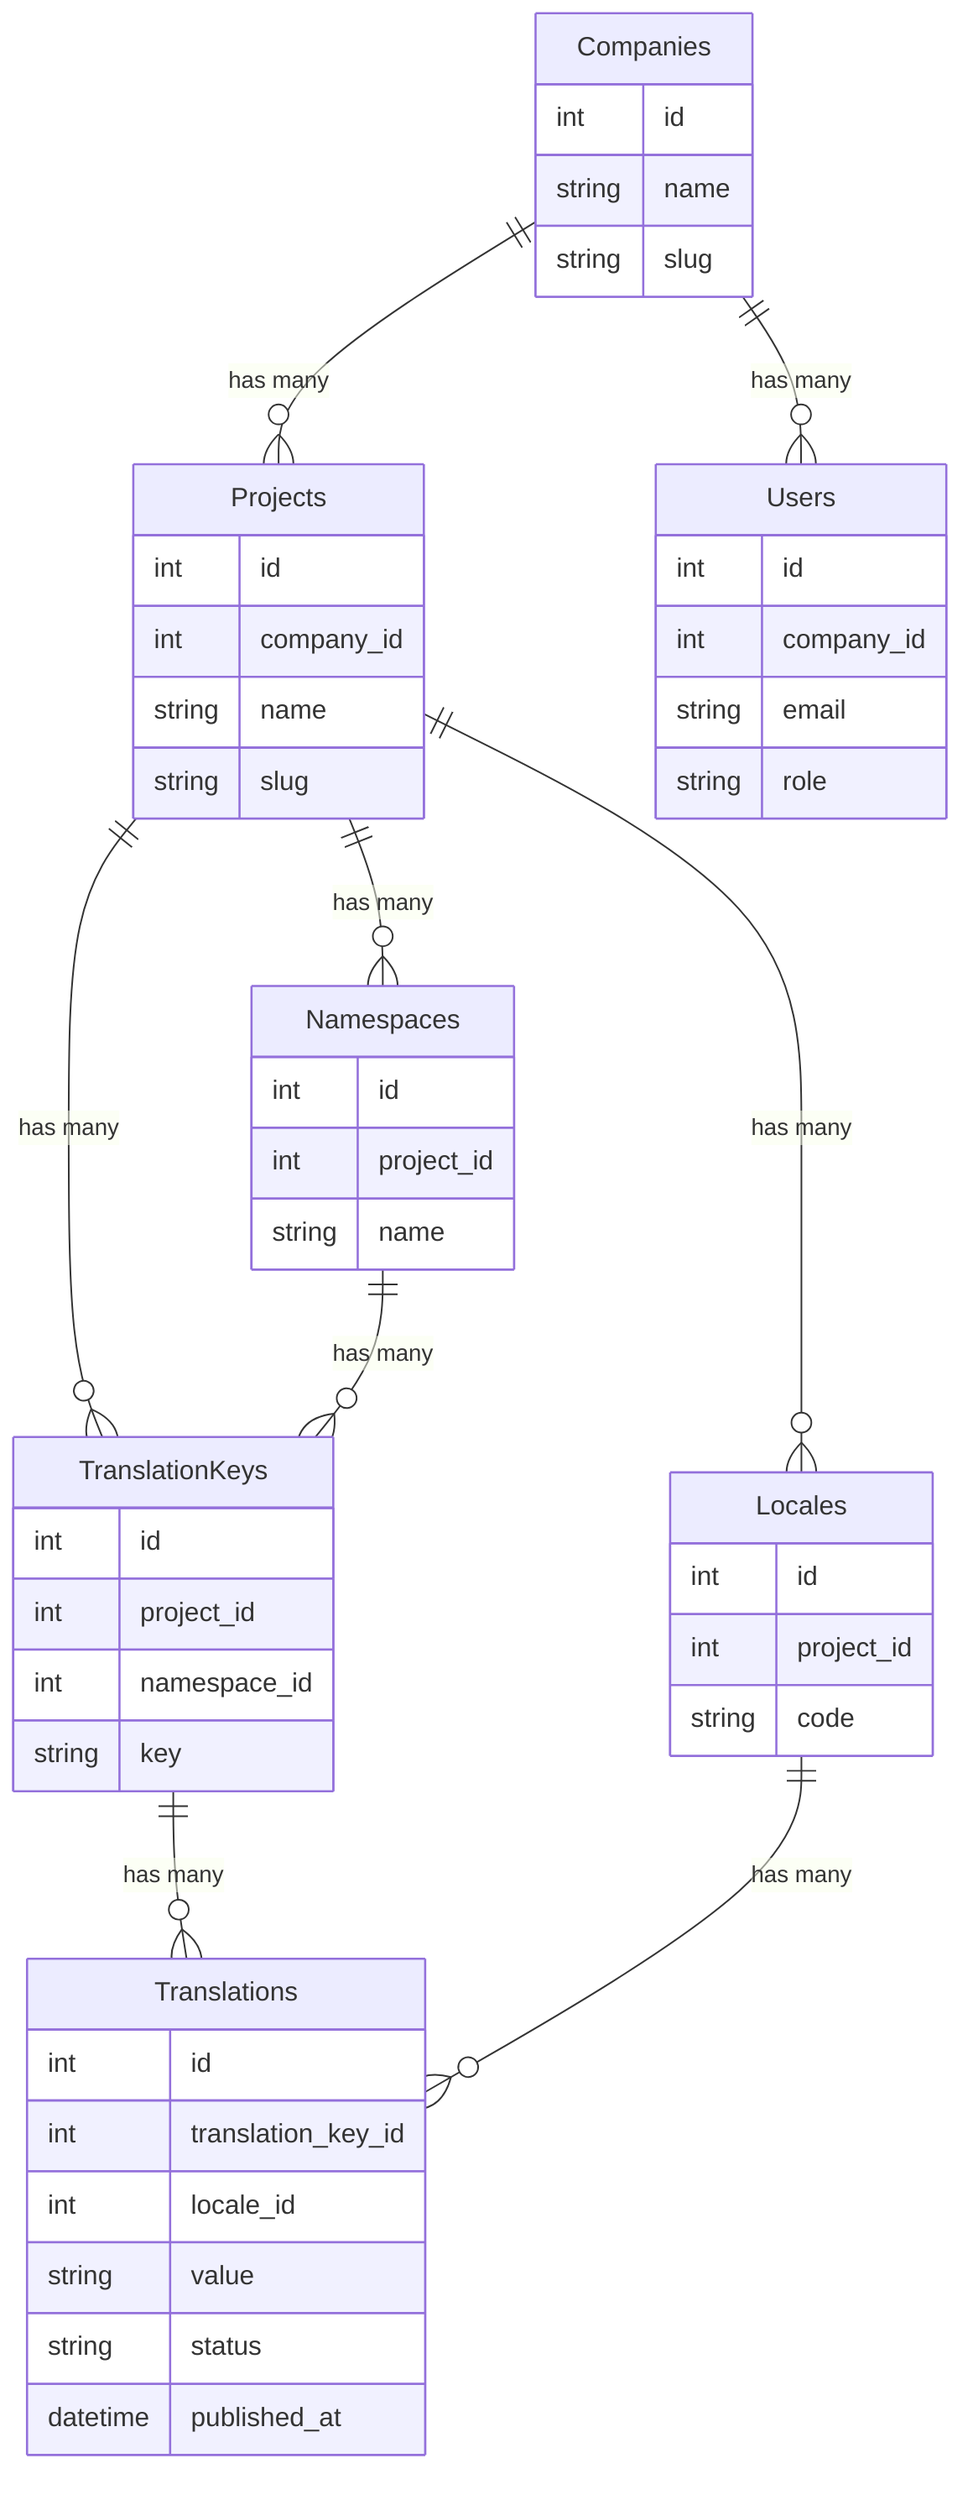
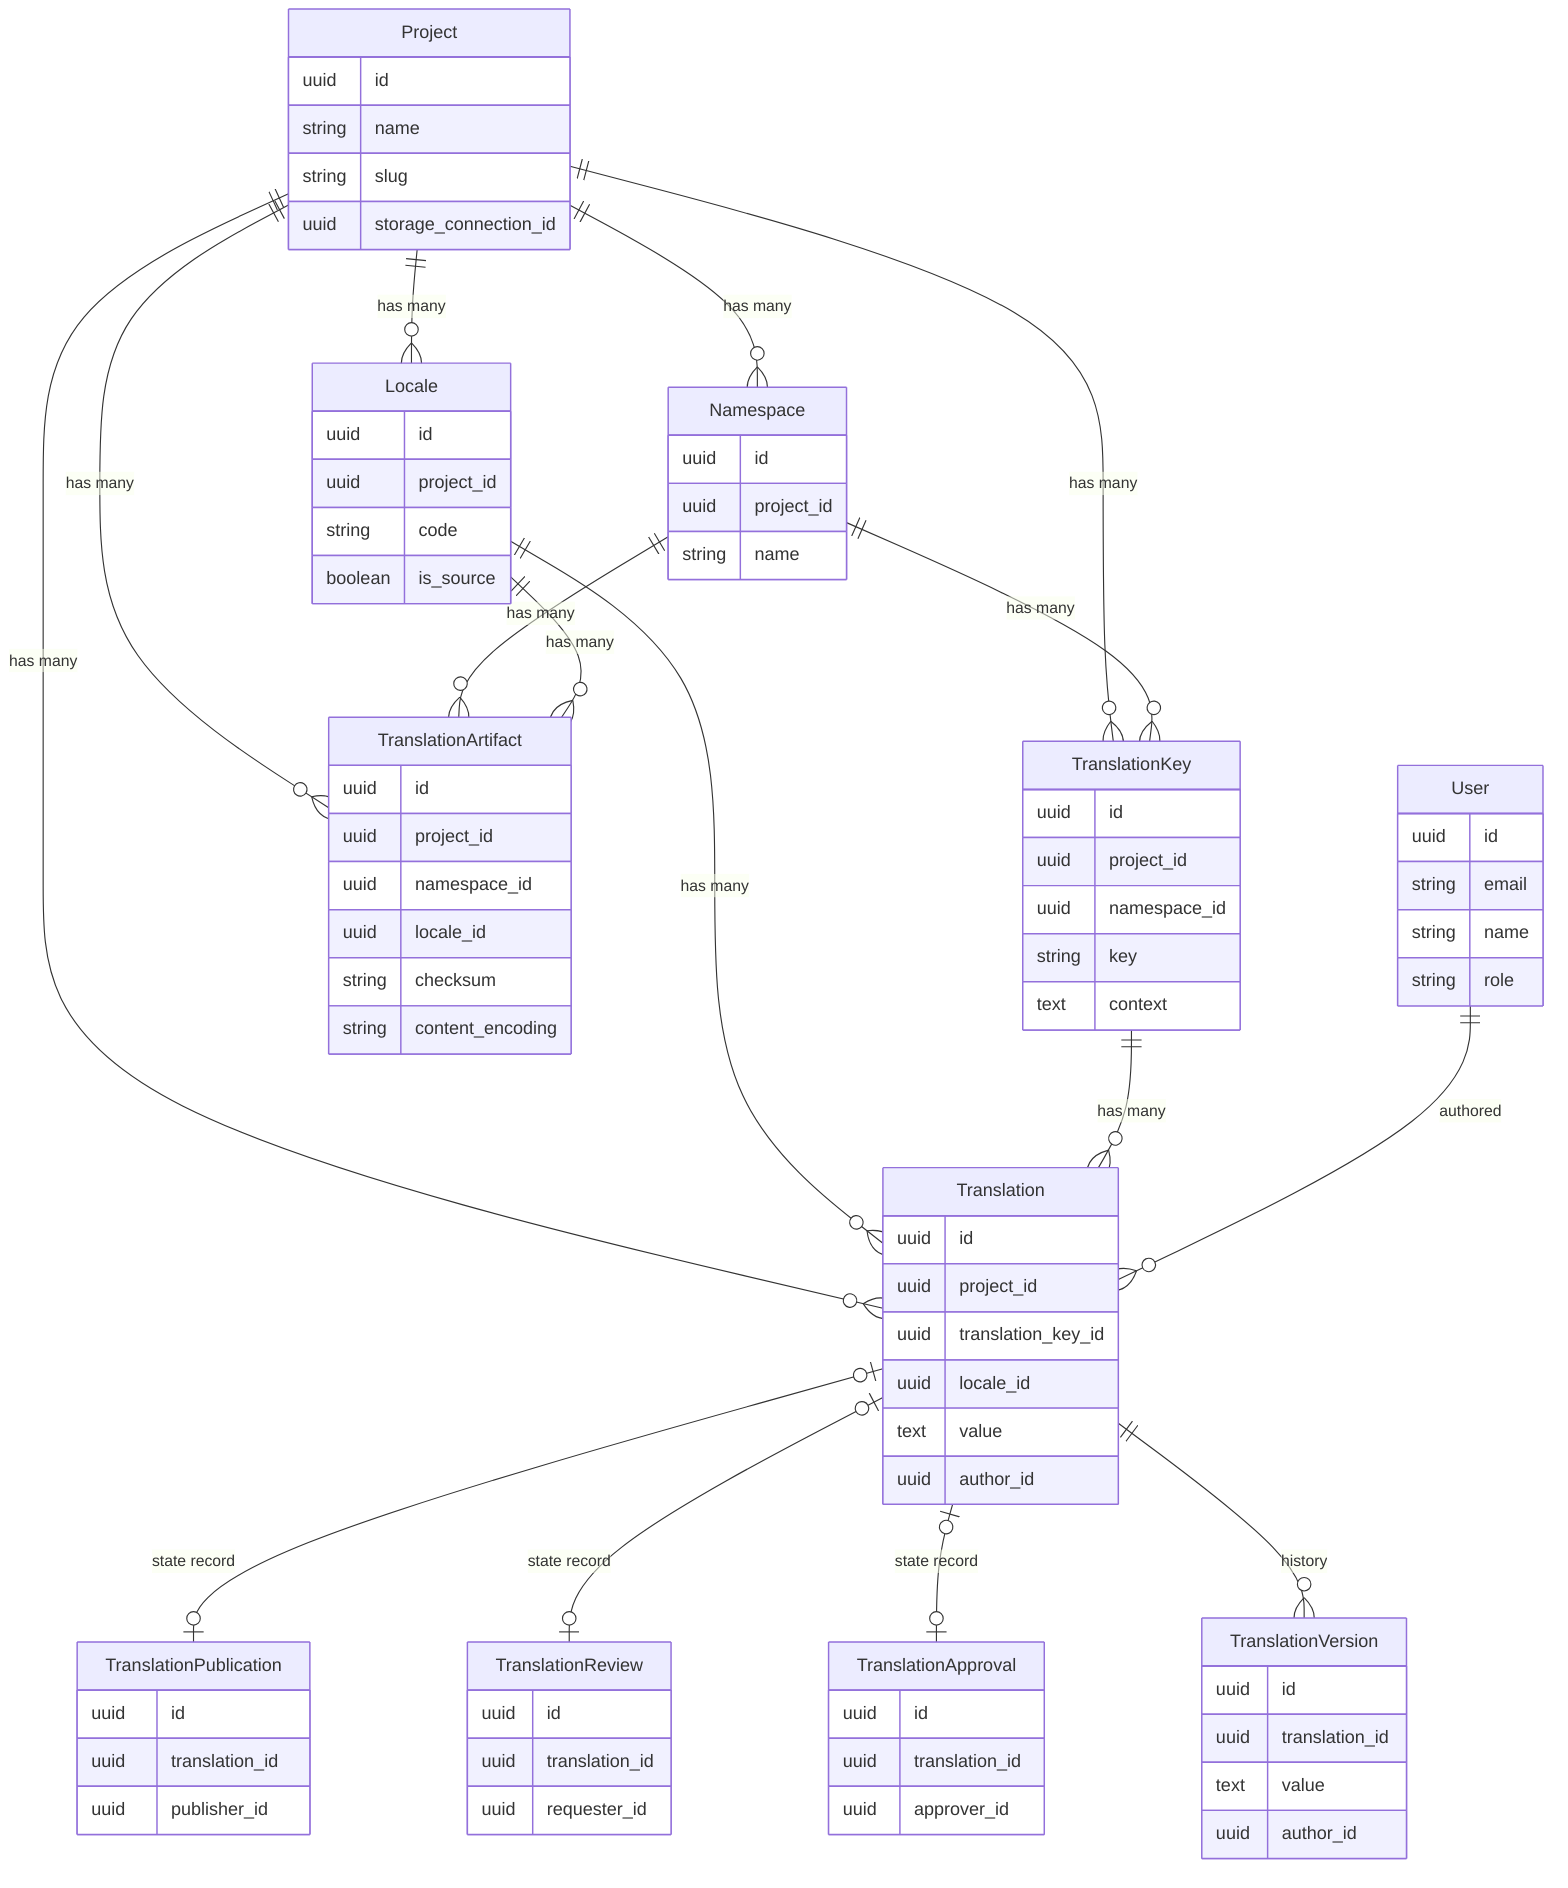
erDiagram
-     Companies {
-         int id
+     Project {
+         uuid id
        string name
        string slug
+         uuid storage_connection_id
    }
-     Projects {
-         int id
-         int company_id
-         string name
-         string slug
+     Locale {
+         uuid id
+         uuid project_id
+         string code
+         boolean is_source
    }
-     Locales {
-         int id
-         int project_id
-         string code
-     }
-     Namespaces {
-         int id
-         int project_id
+     Namespace {
+         uuid id
+         uuid project_id
        string name
    }
-     TranslationKeys {
-         int id
-         int project_id
-         int namespace_id
+     TranslationKey {
+         uuid id
+         uuid project_id
+         uuid namespace_id
        string key
+         text context
    }
-     Translations {
-         int id
-         int translation_key_id
-         int locale_id
-         string value
-         string status
-         datetime published_at
+     Translation {
+         uuid id
+         uuid project_id
+         uuid translation_key_id
+         uuid locale_id
+         text value
+         uuid author_id
    }
-     Users {
-         int id
-         int company_id
+     TranslationPublication {
+         uuid id
+         uuid translation_id
+         uuid publisher_id
+     }
+     TranslationReview {
+         uuid id
+         uuid translation_id
+         uuid requester_id
+     }
+     TranslationApproval {
+         uuid id
+         uuid translation_id
+         uuid approver_id
+     }
+     TranslationVersion {
+         uuid id
+         uuid translation_id
+         text value
+         uuid author_id
+     }
+     TranslationArtifact {
+         uuid id
+         uuid project_id
+         uuid namespace_id
+         uuid locale_id
+         string checksum
+         string content_encoding
+     }
+     User {
+         uuid id
        string email
+         string name
        string role
    }
-     Companies ||--o{ Projects : "has many"
-     Companies ||--o{ Users : "has many"
-     Projects ||--o{ Locales : "has many"
-     Projects ||--o{ Namespaces : "has many"
-     Projects ||--o{ TranslationKeys : "has many"
-     Namespaces ||--o{ TranslationKeys : "has many"
-     TranslationKeys ||--o{ Translations : "has many"
-     Locales ||--o{ Translations : "has many"
+     Project ||--o{ Locale : "has many"
+     Project ||--o{ Namespace : "has many"
+     Project ||--o{ TranslationKey : "has many"
+     Project ||--o{ Translation : "has many"
+     Project ||--o{ TranslationArtifact : "has many"
+     Namespace ||--o{ TranslationKey : "has many"
+     Namespace ||--o{ TranslationArtifact : "has many"
+     Locale ||--o{ Translation : "has many"
+     Locale ||--o{ TranslationArtifact : "has many"
+     TranslationKey ||--o{ Translation : "has many"
+     Translation |o--o| TranslationPublication : "state record"
+     Translation |o--o| TranslationReview : "state record"
+     Translation |o--o| TranslationApproval : "state record"
+     Translation ||--o{ TranslationVersion : "history"
+     User ||--o{ Translation : "authored"
